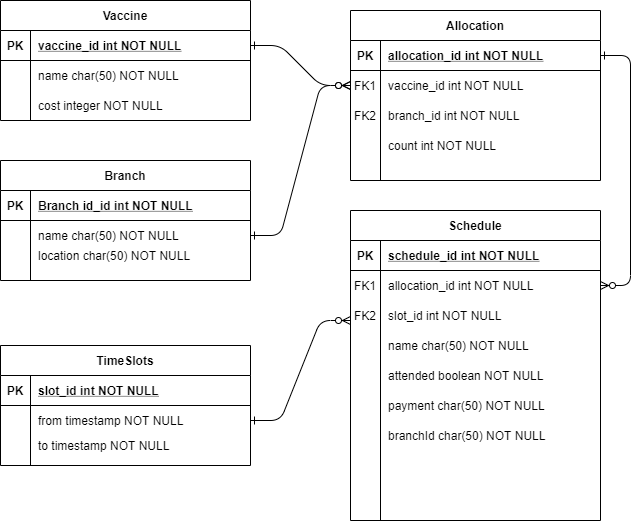
Above: vaccnov.png in ankitech/vaccnow (draw.io), before the change. Source tidied: cells renumbered, new cells last; positions are measured from the earlier drawing's top-left corner, leaving out a move shared by most shapes.
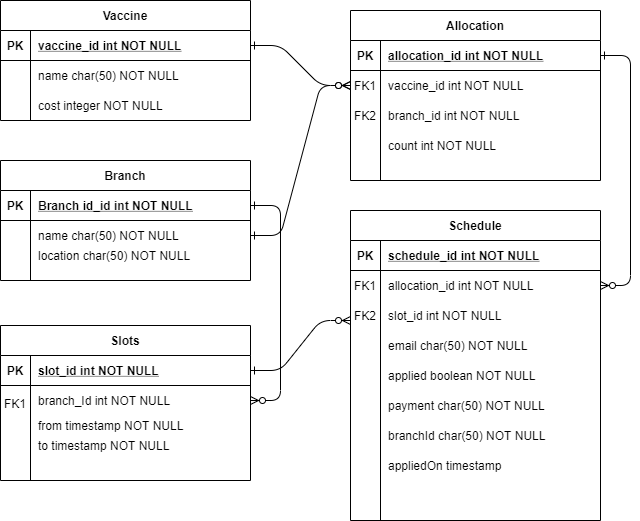
Later version of the same file.

The edit, as a diff of the source:
```diff
@@ -134,20 +134,20 @@
     <mxCell id="45" style="edgeStyle=entityRelationEdgeStyle;endArrow=ERzeroToMany;startArrow=ERone;endFill=1;startFill=0;exitX=1;exitY=0.5;exitDx=0;exitDy=0;entryX=0;entryY=0.5;entryDx=0;entryDy=0;" parent="1" edge="1" source="38" target="8">
       <mxGeometry relative="1" as="geometry" />
     </mxCell>
-    <mxCell id="46" value="name char(50) NOT NULL" style="shape=partialRectangle;overflow=hidden;fillColor=none;top=0;left=0;bottom=0;right=0;align=left;spacingLeft=6;" parent="1" vertex="1">
+    <mxCell id="46" value="email char(50) NOT NULL" style="shape=partialRectangle;overflow=hidden;fillColor=none;top=0;left=0;bottom=0;right=0;align=left;spacingLeft=6;" parent="1" vertex="1">
       <mxGeometry x="380" y="330" width="220" height="30" as="geometry" />
     </mxCell>
     <mxCell id="47" value="payment char(50) NOT NULL" style="shape=partialRectangle;overflow=hidden;fillColor=none;top=0;left=0;bottom=0;right=0;align=left;spacingLeft=6;" parent="1" vertex="1">
       <mxGeometry x="380" y="390" width="220" height="30" as="geometry" />
     </mxCell>
-    <mxCell id="48" value="attended boolean NOT NULL" style="shape=partialRectangle;overflow=hidden;fillColor=none;top=0;left=0;bottom=0;right=0;align=left;spacingLeft=6;" parent="1" vertex="1">
+    <mxCell id="48" value="applied boolean NOT NULL" style="shape=partialRectangle;overflow=hidden;fillColor=none;top=0;left=0;bottom=0;right=0;align=left;spacingLeft=6;" parent="1" vertex="1">
       <mxGeometry x="380" y="360" width="220" height="30" as="geometry" />
     </mxCell>
     <mxCell id="49" value="FK2" style="shape=partialRectangle;overflow=hidden;fillColor=none;top=0;left=0;bottom=0;right=0;" parent="1" vertex="1">
       <mxGeometry x="350" y="300" width="30" height="30" as="geometry" />
     </mxCell>
-    <mxCell id="50" value="TimeSlots" style="shape=table;startSize=30;rowLines=0;fontStyle=1;align=center;" parent="1" vertex="1">
-      <mxGeometry y="345" width="250" height="120" as="geometry" />
+    <mxCell id="50" value="Slots" style="shape=table;startSize=30;rowLines=0;fontStyle=1;align=center;" parent="1" vertex="1">
+      <mxGeometry y="325" width="250" height="155" as="geometry" />
     </mxCell>
     <mxCell id="51" style="shape=partialRectangle;fillColor=none;points=[[0,0.5],[1,0.5]];portConstraint=eastwest;top=0;left=0;right=0;bottom=1;" parent="50" vertex="1">
       <mxGeometry y="30" width="250" height="30" as="geometry" />
@@ -164,13 +164,13 @@
     <mxCell id="55" style="shape=partialRectangle;overflow=hidden;fillColor=none;top=0;left=0;bottom=0;right=0;" parent="54" vertex="1">
       <mxGeometry width="30" height="30" as="geometry" />
     </mxCell>
-    <mxCell id="56" value="from timestamp NOT NULL" style="shape=partialRectangle;overflow=hidden;fillColor=none;top=0;left=0;bottom=0;right=0;align=left;spacingLeft=6;" parent="54" vertex="1">
+    <mxCell id="56" value="branch_Id int NOT NULL" style="shape=partialRectangle;overflow=hidden;fillColor=none;top=0;left=0;bottom=0;right=0;align=left;spacingLeft=6;" parent="54" vertex="1">
       <mxGeometry x="30" width="220" height="30" as="geometry" />
     </mxCell>
     <mxCell id="57" value="to timestamp NOT NULL" style="shape=partialRectangle;overflow=hidden;fillColor=none;top=0;left=0;bottom=0;right=0;align=left;spacingLeft=6;" parent="1" vertex="1">
       <mxGeometry x="30" y="430" width="220" height="30" as="geometry" />
     </mxCell>
-    <mxCell id="58" style="edgeStyle=entityRelationEdgeStyle;endArrow=ERzeroToMany;startArrow=ERone;endFill=1;startFill=0;exitX=1;exitY=0.5;exitDx=0;exitDy=0;" parent="1" edge="1" source="54">
+    <mxCell id="58" style="edgeStyle=entityRelationEdgeStyle;endArrow=ERzeroToMany;startArrow=ERone;endFill=1;startFill=0;exitX=1;exitY=0.5;exitDx=0;exitDy=0;" parent="1" edge="1" source="51">
       <mxGeometry relative="1" as="geometry">
         <mxPoint x="350" y="320" as="targetPoint" />
       </mxGeometry>
@@ -181,5 +181,23 @@
     <mxCell id="60" value="branchId char(50) NOT NULL" style="shape=partialRectangle;overflow=hidden;fillColor=none;top=0;left=0;bottom=0;right=0;align=left;spacingLeft=6;" parent="1" vertex="1">
       <mxGeometry x="380" y="420" width="220" height="30" as="geometry" />
     </mxCell>
+    <mxCell id="61" value="appliedOn timestamp" style="shape=partialRectangle;overflow=hidden;fillColor=none;top=0;left=0;bottom=0;right=0;align=left;spacingLeft=6;" parent="1" vertex="1">
+      <mxGeometry x="380" y="450" width="220" height="30" as="geometry" />
+    </mxCell>
+    <mxCell id="62" style="shape=partialRectangle;fillColor=none;top=0;left=0;right=0;bottom=0;" parent="1" vertex="1">
+      <mxGeometry y="410" width="250" height="30" as="geometry" />
+    </mxCell>
+    <mxCell id="63" style="shape=partialRectangle;overflow=hidden;fillColor=none;top=0;left=0;bottom=0;right=0;" parent="62" vertex="1">
+      <mxGeometry width="30" height="30" as="geometry" />
+    </mxCell>
+    <mxCell id="64" value="from timestamp NOT NULL" style="shape=partialRectangle;overflow=hidden;fillColor=none;top=0;left=0;bottom=0;right=0;align=left;spacingLeft=6;" parent="62" vertex="1">
+      <mxGeometry x="30" width="220" height="30" as="geometry" />
+    </mxCell>
+    <mxCell id="65" value="FK1" style="shape=partialRectangle;overflow=hidden;fillColor=none;top=0;left=0;bottom=0;right=0;" parent="1" vertex="1">
+      <mxGeometry y="387.5" width="30" height="30" as="geometry" />
+    </mxCell>
+    <mxCell id="66" style="edgeStyle=entityRelationEdgeStyle;endArrow=ERzeroToMany;startArrow=ERone;endFill=1;startFill=0;exitX=1;exitY=0.5;exitDx=0;exitDy=0;entryX=1;entryY=0.5;entryDx=0;entryDy=0;" parent="1" edge="1" source="35" target="54">
+      <mxGeometry relative="1" as="geometry" />
+    </mxCell>
   </root>
 </mxGraphModel>
```
